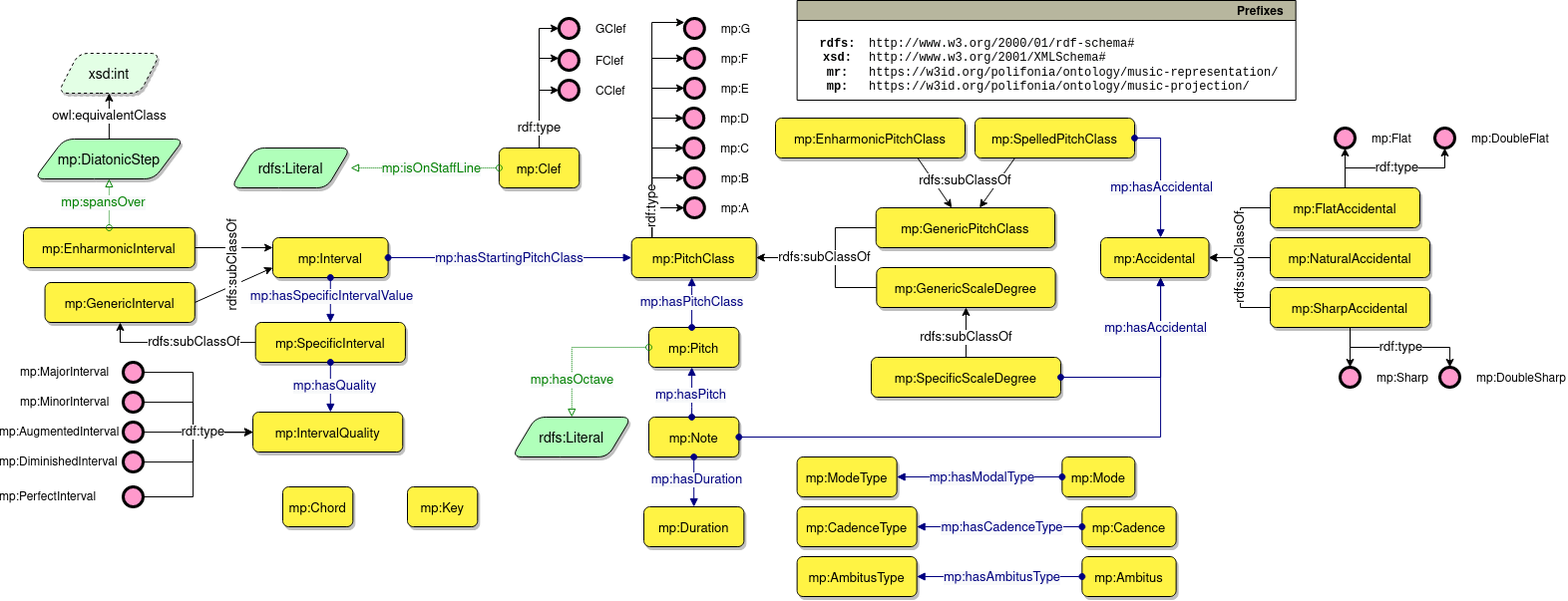
The draw.io diagram diagrams/main_diagram.png in polifonia-project/music-projection-ontology, before a commit. Source tidied: cells renumbered, new cells last; positions are measured from the earlier drawing's top-left corner, leaving out a move shared by most shapes.
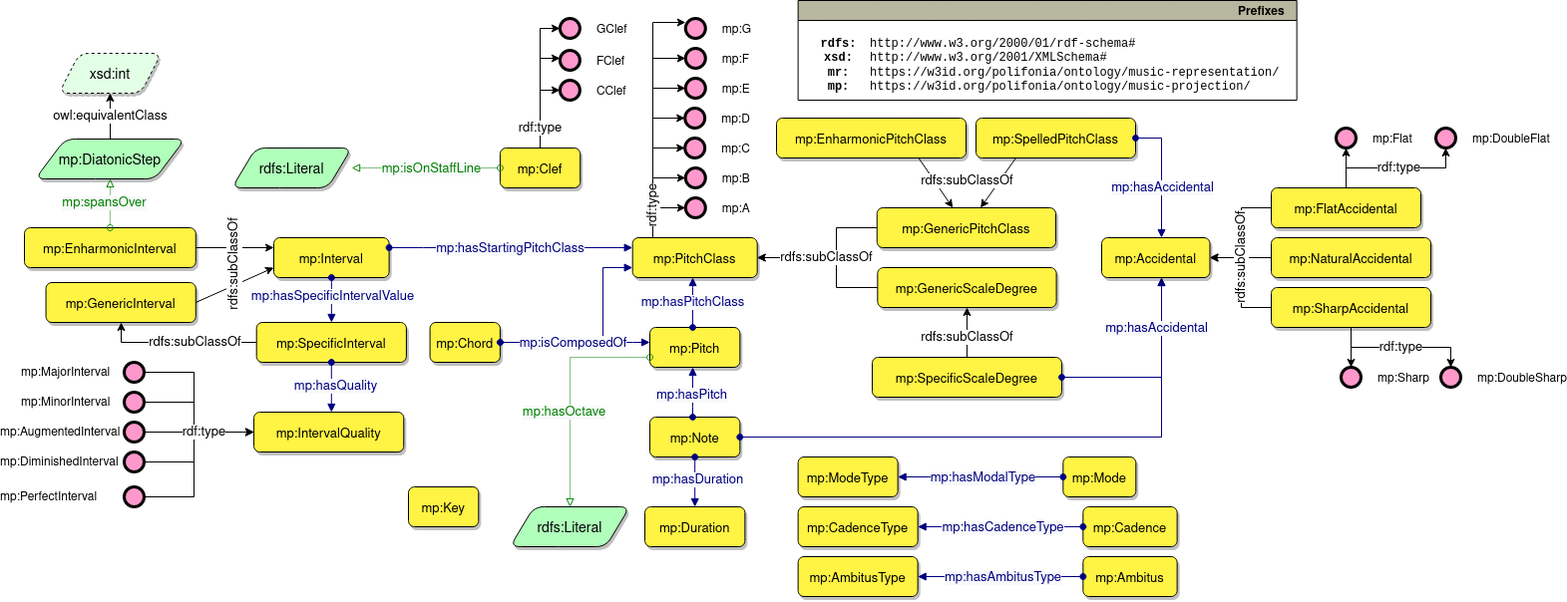
After the commit.

Change to the diagram source:
```diff
@@ -308,13 +308,12 @@
       </mxGeometry>
     </mxCell>
     <mxCell id="65" value="rdfs:Literal" style="graphMlID=n6;shape=parallelogram;fillColor=#B0FFBA;strokeColor=#000000;strokeWidth=1.0;fontSize=14;rounded=1;shadow=1;fontFamily=Helvetica;" parent="1" vertex="1">
-      <mxGeometry x="489.7" y="418" width="120" height="40" as="geometry" />
+      <mxGeometry x="486.9" y="508" width="120" height="40" as="geometry" />
     </mxCell>
     <mxCell id="66" style="graphMlID=e6;rounded=0;endArrow=block;strokeColor=#008000;dashed=1;dashPattern=1 1;strokeWidth=1.0;startArrow=oval;startFill=0;endFill=0;edgeStyle=orthogonalEdgeStyle;fontFamily=Helvetica;" parent="1" edge="1" source="62" target="65">
       <mxGeometry relative="1" as="geometry">
         <Array as="points">
-          <mxPoint x="620" y="348" />
-          <mxPoint x="620" y="348" />
+          <mxPoint x="547" y="358" />
         </Array>
       </mxGeometry>
     </mxCell>
@@ -514,15 +513,41 @@
       <mxGeometry x="385" y="488" width="70.3" height="40" as="geometry" />
     </mxCell>
     <mxCell id="113" style="graphMlID=e0;rounded=0;endArrow=block;strokeColor=#000080;strokeWidth=1.0;startArrow=oval;startFill=1;endFill=1;edgeStyle=orthogonalEdgeStyle;fontFamily=Helvetica;" parent="1" edge="1" source="14" target="37">
-      <mxGeometry relative="1" as="geometry" />
+      <mxGeometry relative="1" as="geometry">
+        <Array as="points">
+          <mxPoint x="400" y="248" />
+          <mxPoint x="400" y="248" />
+        </Array>
+      </mxGeometry>
     </mxCell>
     <mxCell id="114" value="&lt;span style=&quot;color: rgb(0, 0, 128); font-size: 13px; background-color: rgb(248, 249, 250);&quot;&gt;mp:hasStartingPitchClass&lt;/span&gt;" style="text;html=1;align=center;verticalAlign=middle;labelBackgroundColor=#ffffff;fontSize=13;fontFamily=Helvetica;" parent="113" vertex="1">
       <mxGeometry x="-0.02" y="2" relative="1" as="geometry">
         <mxPoint x="1" y="2" as="offset" />
       </mxGeometry>
     </mxCell>
-    <mxCell id="115" value="mp:Chord" style="graphMlID=n4;shape=rect;rounded=1;arcsize=30;fillColor=#FFF344;strokeColor=#000000;strokeWidth=1.0;fontFamily=Helvetica;fontSize=13;shadow=1;" parent="1" vertex="1">
-      <mxGeometry x="260" y="488" width="70.3" height="40" as="geometry" />
+    <mxCell id="115" style="graphMlID=e0;rounded=0;endArrow=block;strokeColor=#000080;strokeWidth=1.0;startArrow=oval;startFill=1;endFill=1;edgeStyle=orthogonalEdgeStyle;fontFamily=Helvetica;" parent="1" edge="1" source="116" target="62">
+      <mxGeometry relative="1" as="geometry">
+        <Array as="points">
+          <mxPoint x="610" y="343" />
+          <mxPoint x="610" y="343" />
+        </Array>
+      </mxGeometry>
     </mxCell>
+    <mxCell id="116" value="mp:Chord" style="graphMlID=n4;shape=rect;rounded=1;arcsize=30;fillColor=#FFF344;strokeColor=#000000;strokeWidth=1.0;fontFamily=Helvetica;fontSize=13;shadow=1;" parent="1" vertex="1">
+      <mxGeometry x="406.6" y="323" width="70.3" height="40" as="geometry" />
+    </mxCell>
+    <mxCell id="117" style="graphMlID=e0;rounded=0;endArrow=block;strokeColor=#000080;strokeWidth=1.0;startArrow=oval;startFill=1;endFill=1;edgeStyle=orthogonalEdgeStyle;fontFamily=Helvetica;" parent="1" edge="1" source="116" target="37">
+      <mxGeometry relative="1" as="geometry">
+        <Array as="points">
+          <mxPoint x="580" y="343" />
+          <mxPoint x="580" y="268" />
+        </Array>
+      </mxGeometry>
+    </mxCell>
+    <mxCell id="118" value="&lt;span style=&quot;color: rgb(0, 0, 128); font-size: 13px; background-color: rgb(248, 249, 250);&quot;&gt;mp:isComposedOf&lt;/span&gt;" style="text;html=1;align=center;verticalAlign=middle;labelBackgroundColor=#ffffff;fontSize=13;fontFamily=Helvetica;" parent="117" vertex="1">
+      <mxGeometry x="-0.02" y="2" relative="1" as="geometry">
+        <mxPoint x="-29" y="2" as="offset" />
+      </mxGeometry>
+    </mxCell>
   </root>
 </mxGraphModel>
```
